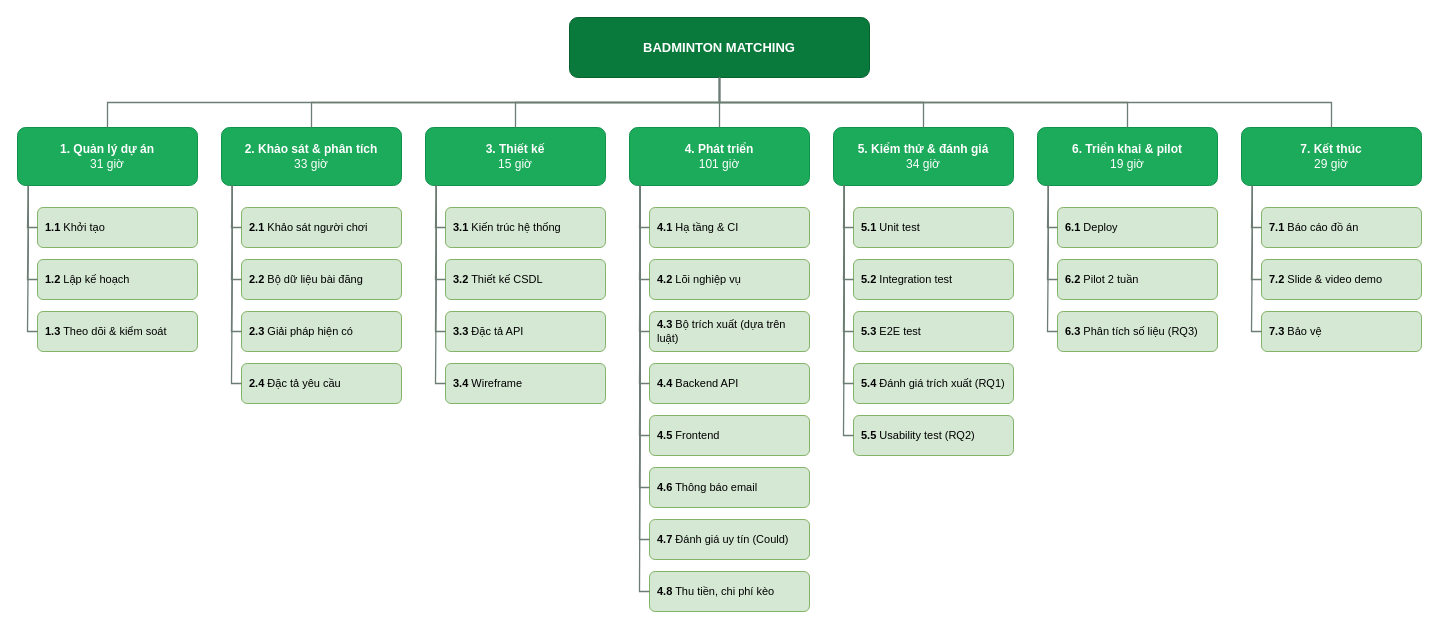
The draw.io diagram docs/diagrams/wbs-tong-quan.drawio in DucManh300905/Badminton-Matching, before the edit. Source tidied: cells renumbered, new cells numbered last; positions are measured from the earlier drawing's top-left corner, leaving out a move shared by most shapes. Both pictures are drawn from the tidied source at 100%, with x=0, y=0 at pixel (17, 17).
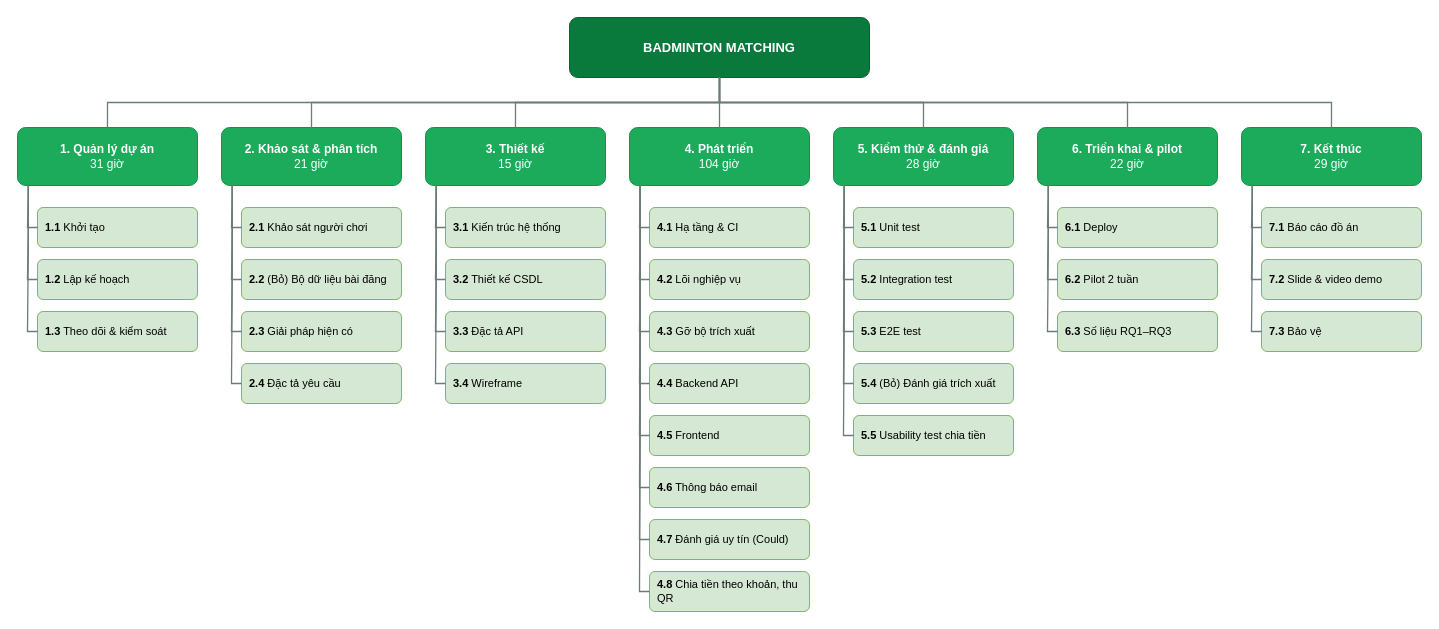
After the change.

Commit message (it also covers changes not shown here):
docs: Charter 2.0 doi trong tam nghien cuu sang chia chi phi theo khoan va thu tien QR, bo bo trich xuat

Diff of the diagram source:
```diff
@@
-    <mxCell id="7" value="&lt;b&gt;2. Khảo sát &amp;amp; phân tích&lt;/b&gt;&lt;br&gt;33 giờ" style="rounded=1;arcSize=14;whiteSpace=wrap;html=1;fillColor=#1caa5b;strokeColor=#11924c;fontColor=#ffffff;fontSize=12;fontFamily=Helvetica;verticalAlign=middle;spacingLeft=6;spacingRight=6;" parent="1" vertex="1">
+    <mxCell id="7" value="&lt;b&gt;2. Khảo sát &amp;amp; phân tích&lt;/b&gt;&lt;br&gt;21 giờ" style="rounded=1;arcSize=14;whiteSpace=wrap;html=1;fillColor=#1caa5b;strokeColor=#11924c;fontColor=#ffffff;fontSize=12;fontFamily=Helvetica;verticalAlign=middle;spacingLeft=6;spacingRight=6;" parent="1" vertex="1">
       <mxGeometry x="204" y="110" width="180" height="58" as="geometry" />
     </mxCell>
@@
-    <mxCell id="9" value="&lt;b&gt;2.2&lt;/b&gt; Bộ dữ liệu bài đăng" style="rounded=1;arcSize=14;whiteSpace=wrap;html=1;fillColor=#d5e8d4;strokeColor=#82b366;fontSize=11;fontFamily=Helvetica;verticalAlign=middle;spacingLeft=6;spacingRight=6;align=left;" parent="1" vertex="1">
+    <mxCell id="9" value="&lt;b&gt;2.2&lt;/b&gt; (Bỏ) Bộ dữ liệu bài đăng" style="rounded=1;arcSize=14;whiteSpace=wrap;html=1;fillColor=#d5e8d4;strokeColor=#82b366;fontSize=11;fontFamily=Helvetica;verticalAlign=middle;spacingLeft=6;spacingRight=6;align=left;" parent="1" vertex="1">
       <mxGeometry x="224" y="242" width="160" height="40" as="geometry" />
     </mxCell>
@@
-    <mxCell id="17" value="&lt;b&gt;4. Phát triển&lt;/b&gt;&lt;br&gt;101 giờ" style="rounded=1;arcSize=14;whiteSpace=wrap;html=1;fillColor=#1caa5b;strokeColor=#11924c;fontColor=#ffffff;fontSize=12;fontFamily=Helvetica;verticalAlign=middle;spacingLeft=6;spacingRight=6;" parent="1" vertex="1">
+    <mxCell id="17" value="&lt;b&gt;4. Phát triển&lt;/b&gt;&lt;br&gt;104 giờ" style="rounded=1;arcSize=14;whiteSpace=wrap;html=1;fillColor=#1caa5b;strokeColor=#11924c;fontColor=#ffffff;fontSize=12;fontFamily=Helvetica;verticalAlign=middle;spacingLeft=6;spacingRight=6;" parent="1" vertex="1">
       <mxGeometry x="612" y="110" width="180" height="58" as="geometry" />
     </mxCell>
@@
-    <mxCell id="20" value="&lt;b&gt;4.3&lt;/b&gt; Bộ trích xuất (dựa trên luật)" style="rounded=1;arcSize=14;whiteSpace=wrap;html=1;fillColor=#d5e8d4;strokeColor=#82b366;fontSize=11;fontFamily=Helvetica;verticalAlign=middle;spacingLeft=6;spacingRight=6;align=left;" parent="1" vertex="1">
+    <mxCell id="20" value="&lt;b&gt;4.3&lt;/b&gt; Gỡ bộ trích xuất" style="rounded=1;arcSize=14;whiteSpace=wrap;html=1;fillColor=#d5e8d4;strokeColor=#82b366;fontSize=11;fontFamily=Helvetica;verticalAlign=middle;spacingLeft=6;spacingRight=6;align=left;" parent="1" vertex="1">
       <mxGeometry x="632" y="294" width="160" height="40" as="geometry" />
     </mxCell>
@@
-    <mxCell id="25" value="&lt;b&gt;5. Kiểm thử &amp;amp; đánh giá&lt;/b&gt;&lt;br&gt;34 giờ" style="rounded=1;arcSize=14;whiteSpace=wrap;html=1;fillColor=#1caa5b;strokeColor=#11924c;fontColor=#ffffff;fontSize=12;fontFamily=Helvetica;verticalAlign=middle;spacingLeft=6;spacingRight=6;" parent="1" vertex="1">
+    <mxCell id="25" value="&lt;b&gt;5. Kiểm thử &amp;amp; đánh giá&lt;/b&gt;&lt;br&gt;28 giờ" style="rounded=1;arcSize=14;whiteSpace=wrap;html=1;fillColor=#1caa5b;strokeColor=#11924c;fontColor=#ffffff;fontSize=12;fontFamily=Helvetica;verticalAlign=middle;spacingLeft=6;spacingRight=6;" parent="1" vertex="1">
       <mxGeometry x="816" y="110" width="180" height="58" as="geometry" />
     </mxCell>
@@
-    <mxCell id="29" value="&lt;b&gt;5.4&lt;/b&gt; Đánh giá trích xuất (RQ1)" style="rounded=1;arcSize=14;whiteSpace=wrap;html=1;fillColor=#d5e8d4;strokeColor=#82b366;fontSize=11;fontFamily=Helvetica;verticalAlign=middle;spacingLeft=6;spacingRight=6;align=left;" parent="1" vertex="1">
+    <mxCell id="29" value="&lt;b&gt;5.4&lt;/b&gt; (Bỏ) Đánh giá trích xuất" style="rounded=1;arcSize=14;whiteSpace=wrap;html=1;fillColor=#d5e8d4;strokeColor=#82b366;fontSize=11;fontFamily=Helvetica;verticalAlign=middle;spacingLeft=6;spacingRight=6;align=left;" parent="1" vertex="1">
       <mxGeometry x="836" y="346" width="160" height="40" as="geometry" />
     </mxCell>
-    <mxCell id="30" value="&lt;b&gt;5.5&lt;/b&gt; Usability test (RQ2)" style="rounded=1;arcSize=14;whiteSpace=wrap;html=1;fillColor=#d5e8d4;strokeColor=#82b366;fontSize=11;fontFamily=Helvetica;verticalAlign=middle;spacingLeft=6;spacingRight=6;align=left;" parent="1" vertex="1">
+    <mxCell id="30" value="&lt;b&gt;5.5&lt;/b&gt; Usability test chia tiền" style="rounded=1;arcSize=14;whiteSpace=wrap;html=1;fillColor=#d5e8d4;strokeColor=#82b366;fontSize=11;fontFamily=Helvetica;verticalAlign=middle;spacingLeft=6;spacingRight=6;align=left;" parent="1" vertex="1">
       <mxGeometry x="836" y="398" width="160" height="40" as="geometry" />
     </mxCell>
-    <mxCell id="31" value="&lt;b&gt;6. Triển khai &amp;amp; pilot&lt;/b&gt;&lt;br&gt;19 giờ" style="rounded=1;arcSize=14;whiteSpace=wrap;html=1;fillColor=#1caa5b;strokeColor=#11924c;fontColor=#ffffff;fontSize=12;fontFamily=Helvetica;verticalAlign=middle;spacingLeft=6;spacingRight=6;" parent="1" vertex="1">
+    <mxCell id="31" value="&lt;b&gt;6. Triển khai &amp;amp; pilot&lt;/b&gt;&lt;br&gt;22 giờ" style="rounded=1;arcSize=14;whiteSpace=wrap;html=1;fillColor=#1caa5b;strokeColor=#11924c;fontColor=#ffffff;fontSize=12;fontFamily=Helvetica;verticalAlign=middle;spacingLeft=6;spacingRight=6;" parent="1" vertex="1">
       <mxGeometry x="1020" y="110" width="180" height="58" as="geometry" />
     </mxCell>
@@
-    <mxCell id="34" value="&lt;b&gt;6.3&lt;/b&gt; Phân tích số liệu (RQ3)" style="rounded=1;arcSize=14;whiteSpace=wrap;html=1;fillColor=#d5e8d4;strokeColor=#82b366;fontSize=11;fontFamily=Helvetica;verticalAlign=middle;spacingLeft=6;spacingRight=6;align=left;" parent="1" vertex="1">
+    <mxCell id="34" value="&lt;b&gt;6.3&lt;/b&gt; Số liệu RQ1–RQ3" style="rounded=1;arcSize=14;whiteSpace=wrap;html=1;fillColor=#d5e8d4;strokeColor=#82b366;fontSize=11;fontFamily=Helvetica;verticalAlign=middle;spacingLeft=6;spacingRight=6;align=left;" parent="1" vertex="1">
       <mxGeometry x="1040" y="294" width="160" height="40" as="geometry" />
     </mxCell>
@@
-    <mxCell id="61" value="&lt;b&gt;4.8&lt;/b&gt; Thu tiền, chi phí kèo" style="rounded=1;arcSize=14;whiteSpace=wrap;html=1;fillColor=#d5e8d4;strokeColor=#82b366;fontSize=11;fontFamily=Helvetica;verticalAlign=middle;spacingLeft=6;spacingRight=6;align=left;" parent="1" vertex="1">
+    <mxCell id="61" value="&lt;b&gt;4.8&lt;/b&gt; Chia tiền theo khoản, thu QR" style="rounded=1;arcSize=14;whiteSpace=wrap;html=1;fillColor=#d5e8d4;strokeColor=#82b366;fontSize=11;fontFamily=Helvetica;verticalAlign=middle;spacingLeft=6;spacingRight=6;align=left;" parent="1" vertex="1">
       <mxGeometry x="632" y="554" width="160" height="40" as="geometry" />
     </mxCell>
```
